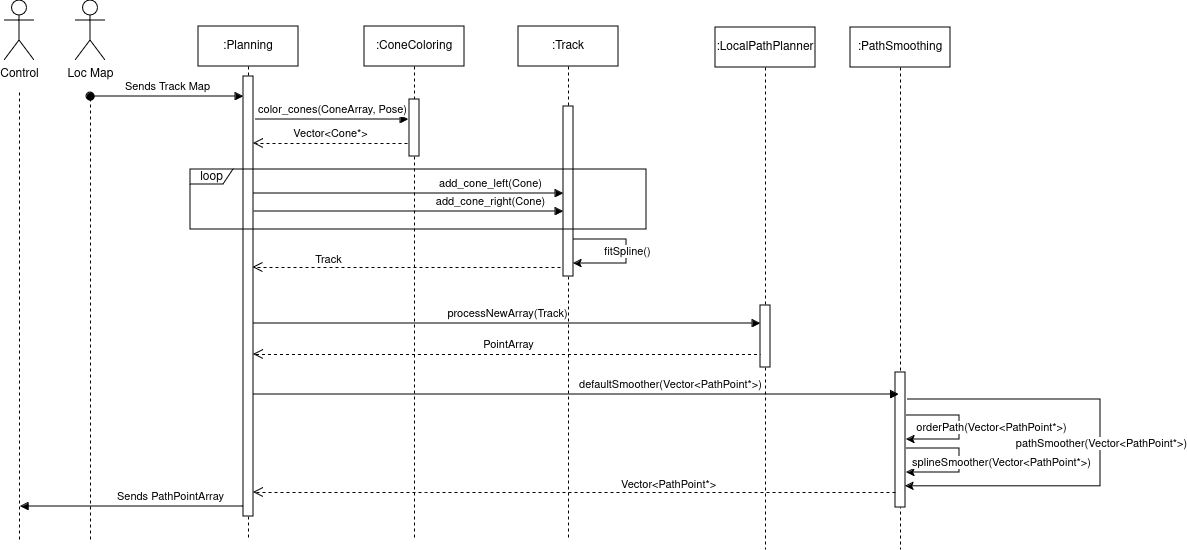
The draw.io diagram docs/diagrams/planning/SequencePlanning.drawio.png in fs-feup/autonomous-systems, before a commit. Source tidied: cells renumbered, new cells last; positions are measured from the earlier drawing's top-left corner, leaving out a move shared by most shapes.
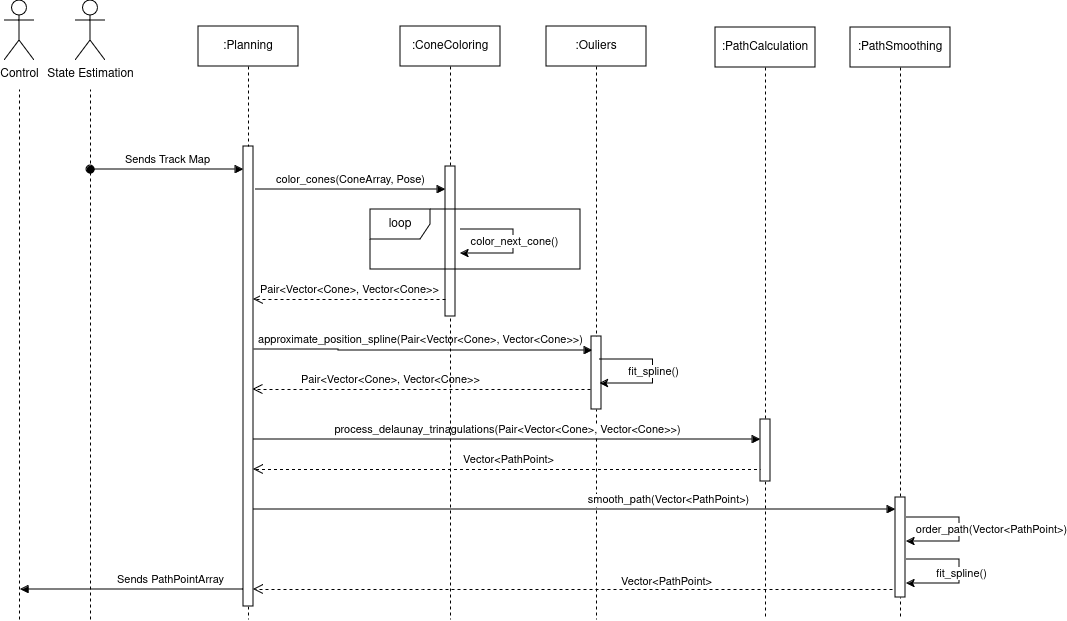
The same diagram one commit later.

Commit message:
fix(planning): updated planning diagrams

What changed in the source:
```diff
@@ -2,172 +2,142 @@
   <root>
     <mxCell id="0" />
     <mxCell id="1" parent="0" />
-    <mxCell id="2" value="add_cone_right(Cone)" style="html=1;verticalAlign=bottom;endArrow=block;edgeStyle=elbowEdgeStyle;elbow=horizontal;curved=0;rounded=0;jumpSize=6;startSize=6;" parent="1" edge="1">
-      <mxGeometry x="0.53" relative="1" as="geometry">
-        <mxPoint x="249" y="211" as="sourcePoint" />
-        <mxPoint x="559" y="211" as="targetPoint" />
+    <mxCell id="2" value="&lt;div align=&quot;center&quot;&gt;approximate_position_spline(Pair&amp;lt;Vector&amp;lt;Cone&amp;gt;, Vector&amp;lt;Cone&amp;gt;&amp;gt;)&lt;/div&gt;" style="html=1;verticalAlign=bottom;endArrow=block;edgeStyle=elbowEdgeStyle;elbow=horizontal;curved=0;rounded=0;jumpSize=6;startSize=6;align=center;entryX=0.1;entryY=0.267;entryDx=0;entryDy=0;entryPerimeter=0;" parent="1" edge="1">
+      <mxGeometry x="-0.01" y="1" relative="1" as="geometry">
+        <mxPoint x="249" y="349" as="sourcePoint" />
+        <mxPoint x="588" y="350" as="targetPoint" />
         <Array as="points">
-          <mxPoint x="456" y="211" />
-          <mxPoint x="334" y="342" />
+          <mxPoint x="334" y="349" />
         </Array>
       </mxGeometry>
     </mxCell>
     <mxCell id="3" value=":Planning" style="shape=umlLifeline;perimeter=lifelinePerimeter;whiteSpace=wrap;html=1;newEdgeStyle={&quot;edgeStyle&quot;:&quot;elbowEdgeStyle&quot;,&quot;elbow&quot;:&quot;vertical&quot;,&quot;curved&quot;:0,&quot;rounded&quot;:0};" parent="1" vertex="1">
-      <mxGeometry x="194" y="26" width="100" height="513" as="geometry" />
+      <mxGeometry x="194" y="26" width="100" height="593" as="geometry" />
     </mxCell>
     <mxCell id="4" style="html=1;points=[];perimeter=orthogonalPerimeter;outlineConnect=0;targetShapes=umlLifeline;portConstraint=eastwest;newEdgeStyle={&quot;edgeStyle&quot;:&quot;elbowEdgeStyle&quot;,&quot;elbow&quot;:&quot;vertical&quot;,&quot;curved&quot;:0,&quot;rounded&quot;:0};" parent="3" vertex="1">
-      <mxGeometry x="45" y="50" width="10" height="440" as="geometry" />
+      <mxGeometry x="45" y="120" width="10" height="460" as="geometry" />
     </mxCell>
-    <mxCell id="5" value="Sends Track Map" style="html=1;verticalAlign=bottom;startArrow=oval;endArrow=block;startSize=8;edgeStyle=elbowEdgeStyle;elbow=vertical;curved=0;rounded=0;" parent="3" edge="1" target="4">
-      <mxGeometry relative="1" as="geometry">
-        <mxPoint x="-108" y="70" as="sourcePoint" />
-      </mxGeometry>
-    </mxCell>
-    <mxCell id="6" value=":Track" style="shape=umlLifeline;perimeter=lifelinePerimeter;whiteSpace=wrap;html=1;newEdgeStyle={&quot;edgeStyle&quot;:&quot;elbowEdgeStyle&quot;,&quot;elbow&quot;:&quot;vertical&quot;,&quot;curved&quot;:0,&quot;rounded&quot;:0};" parent="1" vertex="1">
-      <mxGeometry x="514" y="26" width="100" height="513" as="geometry" />
+    <mxCell id="6" value=":Ouliers" style="shape=umlLifeline;perimeter=lifelinePerimeter;whiteSpace=wrap;html=1;newEdgeStyle={&quot;edgeStyle&quot;:&quot;elbowEdgeStyle&quot;,&quot;elbow&quot;:&quot;vertical&quot;,&quot;curved&quot;:0,&quot;rounded&quot;:0};" parent="1" vertex="1">
+      <mxGeometry x="542" y="26" width="100" height="593" as="geometry" />
     </mxCell>
     <mxCell id="7" style="html=1;points=[];perimeter=orthogonalPerimeter;outlineConnect=0;targetShapes=umlLifeline;portConstraint=eastwest;newEdgeStyle={&quot;edgeStyle&quot;:&quot;elbowEdgeStyle&quot;,&quot;elbow&quot;:&quot;vertical&quot;,&quot;curved&quot;:0,&quot;rounded&quot;:0};" parent="6" vertex="1">
-      <mxGeometry x="45" y="80" width="10" height="170" as="geometry" />
+      <mxGeometry x="45" y="310" width="10" height="73" as="geometry" />
     </mxCell>
-    <mxCell id="8" value="add_cone_left(Cone)" style="html=1;verticalAlign=bottom;endArrow=block;edgeStyle=elbowEdgeStyle;elbow=horizontal;curved=0;rounded=0;jumpSize=6;startSize=6;" parent="1" edge="1" target="7">
-      <mxGeometry x="0.53" relative="1" as="geometry">
-        <mxPoint x="249" y="193" as="sourcePoint" />
-        <Array as="points">
-          <mxPoint x="456" y="193" />
-          <mxPoint x="334" y="324" />
-        </Array>
-      </mxGeometry>
-    </mxCell>
-    <mxCell id="9" value="PointArray" style="html=1;verticalAlign=bottom;endArrow=open;dashed=1;endSize=8;edgeStyle=elbowEdgeStyle;elbow=vertical;curved=0;rounded=0;" parent="1" edge="1">
+    <mxCell id="9" value="Vector&amp;lt;PathPoint&amp;gt;" style="html=1;verticalAlign=bottom;endArrow=open;dashed=1;endSize=8;edgeStyle=elbowEdgeStyle;elbow=vertical;curved=0;rounded=0;" parent="1" edge="1">
       <mxGeometry relative="1" as="geometry">
-        <mxPoint x="758.5" y="354" as="sourcePoint" />
-        <mxPoint x="249" y="354" as="targetPoint" />
+        <mxPoint x="758.5" y="469" as="sourcePoint" />
+        <mxPoint x="249" y="469" as="targetPoint" />
         <Array as="points">
-          <mxPoint x="426" y="354" />
+          <mxPoint x="426" y="469" />
         </Array>
       </mxGeometry>
     </mxCell>
-    <mxCell id="10" value="Track" style="html=1;verticalAlign=bottom;endArrow=open;dashed=1;endSize=8;edgeStyle=elbowEdgeStyle;elbow=vertical;curved=0;rounded=0;" parent="1" edge="1">
-      <mxGeometry x="0.51" y="2" relative="1" as="geometry">
-        <mxPoint x="556" y="267" as="sourcePoint" />
-        <mxPoint x="248.5" y="267" as="targetPoint" />
+    <mxCell id="10" value="Pair&amp;lt;Vector&amp;lt;Cone&amp;gt;, Vector&amp;lt;Cone&amp;gt;&amp;gt;" style="html=1;verticalAlign=bottom;endArrow=open;dashed=1;endSize=8;edgeStyle=elbowEdgeStyle;elbow=vertical;curved=0;rounded=0;" parent="1" edge="1">
+      <mxGeometry x="0.19" relative="1" as="geometry">
+        <mxPoint x="586" y="389" as="sourcePoint" />
+        <mxPoint x="248.5" y="389" as="targetPoint" />
       </mxGeometry>
     </mxCell>
-    <mxCell id="11" value=":LocalPathPlanner" style="shape=umlLifeline;perimeter=lifelinePerimeter;whiteSpace=wrap;html=1;newEdgeStyle={&quot;edgeStyle&quot;:&quot;elbowEdgeStyle&quot;,&quot;elbow&quot;:&quot;vertical&quot;,&quot;curved&quot;:0,&quot;rounded&quot;:0};" parent="1" vertex="1">
-      <mxGeometry x="711" y="27" width="100" height="522" as="geometry" />
+    <mxCell id="11" value=":PathCalculation" style="shape=umlLifeline;perimeter=lifelinePerimeter;whiteSpace=wrap;html=1;newEdgeStyle={&quot;edgeStyle&quot;:&quot;elbowEdgeStyle&quot;,&quot;elbow&quot;:&quot;vertical&quot;,&quot;curved&quot;:0,&quot;rounded&quot;:0};" parent="1" vertex="1">
+      <mxGeometry x="711" y="27" width="100" height="592" as="geometry" />
     </mxCell>
     <mxCell id="12" style="html=1;points=[];perimeter=orthogonalPerimeter;outlineConnect=0;targetShapes=umlLifeline;portConstraint=eastwest;newEdgeStyle={&quot;edgeStyle&quot;:&quot;elbowEdgeStyle&quot;,&quot;elbow&quot;:&quot;vertical&quot;,&quot;curved&quot;:0,&quot;rounded&quot;:0};" parent="11" vertex="1">
-      <mxGeometry x="45" y="278" width="10" height="62" as="geometry" />
+      <mxGeometry x="45" y="392" width="10" height="62" as="geometry" />
     </mxCell>
-    <mxCell id="13" value="processNewArray(Track)" style="html=1;verticalAlign=bottom;endArrow=block;edgeStyle=elbowEdgeStyle;elbow=vertical;curved=0;rounded=0;" parent="1" edge="1" target="12">
+    <mxCell id="13" value="process_delaunay_trinagulations(Pair&amp;lt;Vector&amp;lt;Cone&amp;gt;, Vector&amp;lt;Cone&amp;gt;&amp;gt;)" style="html=1;verticalAlign=bottom;endArrow=block;edgeStyle=elbowEdgeStyle;elbow=vertical;curved=0;rounded=0;" parent="1" edge="1">
       <mxGeometry relative="1" as="geometry">
-        <mxPoint x="249" y="323" as="sourcePoint" />
+        <mxPoint x="249" y="439" as="sourcePoint" />
+        <mxPoint x="756" y="439" as="targetPoint" />
       </mxGeometry>
     </mxCell>
-    <mxCell id="14" value="Loc Map" style="shape=umlActor;verticalLabelPosition=bottom;verticalAlign=top;html=1;" parent="1" vertex="1">
+    <mxCell id="14" value="State Estimation" style="shape=umlActor;verticalLabelPosition=bottom;verticalAlign=top;html=1;" parent="1" vertex="1">
       <mxGeometry x="71" width="30" height="60" as="geometry" />
     </mxCell>
     <mxCell id="15" style="endArrow=none;dashed=1;html=1;rounded=0;" parent="1" edge="1">
       <mxGeometry relative="1" as="geometry">
-        <mxPoint x="86" y="539" as="sourcePoint" />
+        <mxPoint x="86" y="619" as="sourcePoint" />
         <mxPoint x="86" y="89" as="targetPoint" />
       </mxGeometry>
     </mxCell>
-    <mxCell id="16" value="loop" style="shape=umlFrame;whiteSpace=wrap;html=1;width=43;height=15;" parent="1" vertex="1">
-      <mxGeometry x="186" y="169" width="456" height="60" as="geometry" />
-    </mxCell>
     <mxCell id="17" value="&amp;nbsp;" style="text;whiteSpace=wrap;html=1;" parent="1" vertex="1">
       <mxGeometry x="602" y="323" width="40" height="40" as="geometry" />
     </mxCell>
     <mxCell id="18" style="edgeStyle=elbowEdgeStyle;rounded=0;orthogonalLoop=1;jettySize=auto;html=1;" parent="1" edge="1">
       <mxGeometry relative="1" as="geometry">
-        <mxPoint x="569" y="239" as="sourcePoint" />
-        <mxPoint x="569" y="263" as="targetPoint" />
+        <mxPoint x="595.5" y="359" as="sourcePoint" />
+        <mxPoint x="595.5" y="383" as="targetPoint" />
         <Array as="points">
-          <mxPoint x="622" y="249" />
+          <mxPoint x="648.5" y="369" />
         </Array>
       </mxGeometry>
     </mxCell>
-    <mxCell id="19" value="fitSpline()" style="edgeLabel;html=1;align=center;verticalAlign=middle;" parent="18" vertex="1">
+    <mxCell id="19" value="fit_spline()" style="edgeLabel;html=1;align=center;verticalAlign=middle;" parent="18" vertex="1">
       <mxGeometry y="2" relative="1" as="geometry">
         <mxPoint x="-2" y="-1" as="offset" />
       </mxGeometry>
     </mxCell>
     <mxCell id="20" value=":ConeColoring" style="shape=umlLifeline;perimeter=lifelinePerimeter;whiteSpace=wrap;html=1;newEdgeStyle={&quot;edgeStyle&quot;:&quot;elbowEdgeStyle&quot;,&quot;elbow&quot;:&quot;vertical&quot;,&quot;curved&quot;:0,&quot;rounded&quot;:0};" parent="1" vertex="1">
-      <mxGeometry x="360" y="26" width="100" height="513" as="geometry" />
+      <mxGeometry x="396" y="26" width="100" height="593" as="geometry" />
     </mxCell>
     <mxCell id="21" style="html=1;perimeter=orthogonalPerimeter;targetShapes=umlLifeline;newEdgeStyle={&quot;edgeStyle&quot;:&quot;elbowEdgeStyle&quot;,&quot;elbow&quot;:&quot;vertical&quot;,&quot;curved&quot;:0,&quot;rounded&quot;:0};" parent="20" vertex="1">
-      <mxGeometry x="45" y="73" width="10" height="57" as="geometry" />
+      <mxGeometry x="45" y="140" width="10" height="150" as="geometry" />
     </mxCell>
     <mxCell id="22" value="color_cones(ConeArray, Pose)" style="html=1;verticalAlign=bottom;endArrow=block;edgeStyle=elbowEdgeStyle;elbow=vertical;curved=0;rounded=0;" parent="1" edge="1">
       <mxGeometry relative="1" as="geometry">
-        <mxPoint x="251" y="119" as="sourcePoint" />
-        <mxPoint x="404" y="119" as="targetPoint" />
+        <mxPoint x="251" y="189" as="sourcePoint" />
+        <mxPoint x="441" y="189" as="targetPoint" />
       </mxGeometry>
     </mxCell>
-    <mxCell id="23" value="Vector&amp;lt;Cone*&amp;gt;" style="html=1;verticalAlign=bottom;endArrow=open;dashed=1;endSize=8;edgeStyle=elbowEdgeStyle;elbow=vertical;curved=0;rounded=0;" parent="1" edge="1" target="4">
+    <mxCell id="23" value="Pair&amp;lt;Vector&amp;lt;Cone&amp;gt;, Vector&amp;lt;Cone&amp;gt;&amp;gt;" style="html=1;verticalAlign=bottom;endArrow=open;dashed=1;endSize=8;edgeStyle=elbowEdgeStyle;elbow=vertical;curved=0;rounded=0;" parent="1" edge="1">
       <mxGeometry relative="1" as="geometry">
-        <mxPoint x="403" y="143" as="sourcePoint" />
+        <mxPoint x="441" y="299" as="sourcePoint" />
+        <mxPoint x="249" y="299" as="targetPoint" />
       </mxGeometry>
     </mxCell>
     <mxCell id="24" value=":PathSmoothing" style="shape=umlLifeline;perimeter=lifelinePerimeter;whiteSpace=wrap;html=1;outlineConnect=0;portConstraint=eastwest;newEdgeStyle={&quot;edgeStyle&quot;:&quot;elbowEdgeStyle&quot;,&quot;elbow&quot;:&quot;vertical&quot;,&quot;curved&quot;:0,&quot;rounded&quot;:0};" parent="1" vertex="1">
-      <mxGeometry x="846" y="27" width="100" height="522" as="geometry" />
+      <mxGeometry x="846" y="27" width="100" height="592" as="geometry" />
     </mxCell>
     <mxCell id="25" style="html=1;points=[];perimeter=orthogonalPerimeter;outlineConnect=0;targetShapes=umlLifeline;portConstraint=eastwest;newEdgeStyle={&quot;edgeStyle&quot;:&quot;elbowEdgeStyle&quot;,&quot;elbow&quot;:&quot;vertical&quot;,&quot;curved&quot;:0,&quot;rounded&quot;:0};" parent="24" vertex="1">
-      <mxGeometry x="45" y="345" width="10" height="135" as="geometry" />
+      <mxGeometry x="45" y="470" width="10" height="100" as="geometry" />
     </mxCell>
-    <mxCell id="26" value="defaultSmoother(Vector&amp;lt;PathPoint*&amp;gt;)" style="html=1;verticalAlign=bottom;endArrow=block;edgeStyle=elbowEdgeStyle;elbow=vertical;curved=0;rounded=0;" parent="1" edge="1">
+    <mxCell id="26" value="smooth_path(Vector&amp;lt;PathPoint&amp;gt;)" style="html=1;verticalAlign=bottom;endArrow=block;edgeStyle=elbowEdgeStyle;elbow=vertical;curved=0;rounded=0;" parent="1" edge="1" target="25">
       <mxGeometry x="0.29" relative="1" as="geometry">
-        <mxPoint x="249" y="394" as="sourcePoint" />
-        <mxPoint x="894.5" y="394" as="targetPoint" />
+        <mxPoint x="249" y="509" as="sourcePoint" />
       </mxGeometry>
     </mxCell>
     <mxCell id="27" style="edgeStyle=elbowEdgeStyle;rounded=0;orthogonalLoop=1;jettySize=auto;html=1;" parent="1" edge="1">
       <mxGeometry relative="1" as="geometry">
-        <mxPoint x="902" y="415" as="sourcePoint" />
-        <mxPoint x="902" y="439" as="targetPoint" />
+        <mxPoint x="902" y="517" as="sourcePoint" />
+        <mxPoint x="902" y="541" as="targetPoint" />
         <Array as="points">
-          <mxPoint x="955" y="425" />
+          <mxPoint x="955" y="527" />
         </Array>
       </mxGeometry>
     </mxCell>
-    <mxCell id="28" value="orderPath(Vector&amp;lt;PathPoint*&amp;gt;)" style="edgeLabel;html=1;align=center;verticalAlign=middle;" parent="27" vertex="1">
+    <mxCell id="28" value="order_path(Vector&amp;lt;PathPoint&amp;gt;)" style="edgeLabel;html=1;align=center;verticalAlign=middle;" parent="27" vertex="1">
       <mxGeometry y="2" relative="1" as="geometry">
         <mxPoint x="29" y="-1" as="offset" />
       </mxGeometry>
     </mxCell>
     <mxCell id="29" style="edgeStyle=elbowEdgeStyle;rounded=0;orthogonalLoop=1;jettySize=auto;html=1;" parent="1" edge="1">
       <mxGeometry relative="1" as="geometry">
-        <mxPoint x="902" y="448" as="sourcePoint" />
-        <mxPoint x="902" y="472" as="targetPoint" />
+        <mxPoint x="902" y="559" as="sourcePoint" />
+        <mxPoint x="902" y="583" as="targetPoint" />
         <Array as="points">
-          <mxPoint x="955" y="458" />
+          <mxPoint x="955" y="569" />
         </Array>
       </mxGeometry>
     </mxCell>
-    <mxCell id="30" value="splineSmoother(Vector&amp;lt;PathPoint*&amp;gt;)" style="edgeLabel;html=1;align=center;verticalAlign=middle;" parent="29" vertex="1">
+    <mxCell id="30" value="fit_spline()" style="edgeLabel;html=1;align=center;verticalAlign=middle;" parent="29" vertex="1">
       <mxGeometry y="2" relative="1" as="geometry">
-        <mxPoint x="39" y="1" as="offset" />
+        <mxPoint x="-1" y="1" as="offset" />
       </mxGeometry>
     </mxCell>
-    <mxCell id="31" style="edgeStyle=elbowEdgeStyle;rounded=0;jettySize=auto;html=1;entryX=0.55;entryY=0.879;entryDx=0;entryDy=0;entryPerimeter=0;" parent="1" edge="1" target="24">
-      <mxGeometry relative="1" as="geometry">
-        <mxPoint x="903" y="399" as="sourcePoint" />
-        <Array as="points">
-          <mxPoint x="1096" y="439" />
-        </Array>
-      </mxGeometry>
-    </mxCell>
-    <mxCell id="32" value="pathSmoother(Vector&amp;lt;PathPoint*&amp;gt;)" style="edgeLabel;html=1;align=center;verticalAlign=middle;" parent="31" vertex="1">
-      <mxGeometry y="2" relative="1" as="geometry">
-        <mxPoint x="-2" y="-1" as="offset" />
-      </mxGeometry>
-    </mxCell>
-    <mxCell id="33" value="Vector&amp;lt;PathPoint*&amp;gt;" style="html=1;verticalAlign=bottom;endArrow=open;dashed=1;endSize=8;edgeStyle=elbowEdgeStyle;elbow=vertical;curved=0;rounded=0;" parent="1" edge="1" target="4">
+    <mxCell id="33" value="Vector&amp;lt;PathPoint&amp;gt;" style="html=1;verticalAlign=bottom;endArrow=open;dashed=1;endSize=8;edgeStyle=elbowEdgeStyle;elbow=vertical;curved=0;rounded=0;" parent="1" edge="1" target="4">
       <mxGeometry x="-0.29" y="2" relative="1" as="geometry">
-        <mxPoint x="891" y="492" as="sourcePoint" />
+        <mxPoint x="888" y="589" as="sourcePoint" />
         <Array as="points">
-          <mxPoint x="421" y="492" />
+          <mxPoint x="418" y="589" />
         </Array>
         <mxPoint x="1" as="offset" />
       </mxGeometry>
@@ -177,15 +147,38 @@
     </mxCell>
     <mxCell id="35" style="endArrow=none;dashed=1;html=1;rounded=0;" parent="1" edge="1">
       <mxGeometry relative="1" as="geometry">
-        <mxPoint x="15" y="539" as="sourcePoint" />
+        <mxPoint x="15" y="619" as="sourcePoint" />
         <mxPoint x="15" y="89" as="targetPoint" />
       </mxGeometry>
     </mxCell>
     <mxCell id="36" value="Sends PathPointArray" style="html=1;verticalAlign=bottom;startArrow=none;endArrow=block;startSize=8;edgeStyle=elbowEdgeStyle;elbow=vertical;curved=0;rounded=0;startFill=0;" parent="1" edge="1">
       <mxGeometry x="-0.35" relative="1" as="geometry">
-        <mxPoint x="239" y="506" as="sourcePoint" />
-        <mxPoint x="16" y="506" as="targetPoint" />
+        <mxPoint x="239" y="589" as="sourcePoint" />
+        <mxPoint x="16" y="589" as="targetPoint" />
       </mxGeometry>
     </mxCell>
+    <mxCell id="16" value="loop" style="shape=umlFrame;whiteSpace=wrap;html=1;" parent="1" vertex="1">
+      <mxGeometry x="366" y="209" width="210" height="60" as="geometry" />
+    </mxCell>
+    <mxCell id="37" style="edgeStyle=elbowEdgeStyle;rounded=0;orthogonalLoop=1;jettySize=auto;html=1;" parent="1" edge="1">
+      <mxGeometry relative="1" as="geometry">
+        <mxPoint x="456" y="229" as="sourcePoint" />
+        <mxPoint x="456" y="253" as="targetPoint" />
+        <Array as="points">
+          <mxPoint x="509" y="239" />
+        </Array>
+      </mxGeometry>
+    </mxCell>
+    <mxCell id="38" value="color_next_cone()" style="edgeLabel;html=1;align=center;verticalAlign=middle;" parent="37" vertex="1">
+      <mxGeometry y="2" relative="1" as="geometry">
+        <mxPoint x="-2" y="-1" as="offset" />
+      </mxGeometry>
+    </mxCell>
+    <mxCell id="5" value="Sends Track Map" style="html=1;verticalAlign=bottom;startArrow=oval;endArrow=block;startSize=8;edgeStyle=elbowEdgeStyle;elbow=vertical;curved=0;rounded=0;" parent="1" edge="1">
+      <mxGeometry relative="1" as="geometry">
+        <mxPoint x="86" y="169" as="sourcePoint" />
+        <mxPoint x="239" y="169" as="targetPoint" />
+      </mxGeometry>
+    </mxCell>
   </root>
 </mxGraphModel>
```
